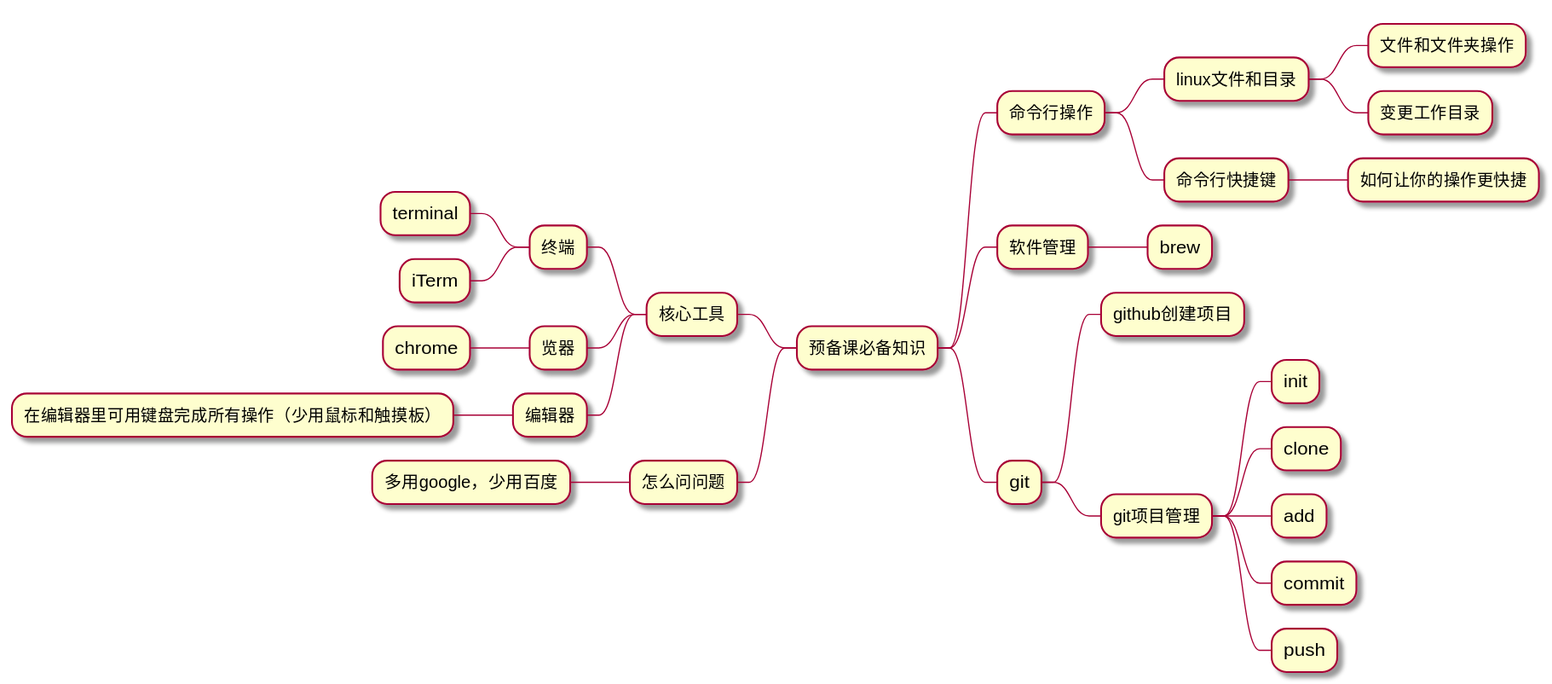
Above: img/mind-map.svg in linc5403/preparatory-course (PlantUML), before the change.
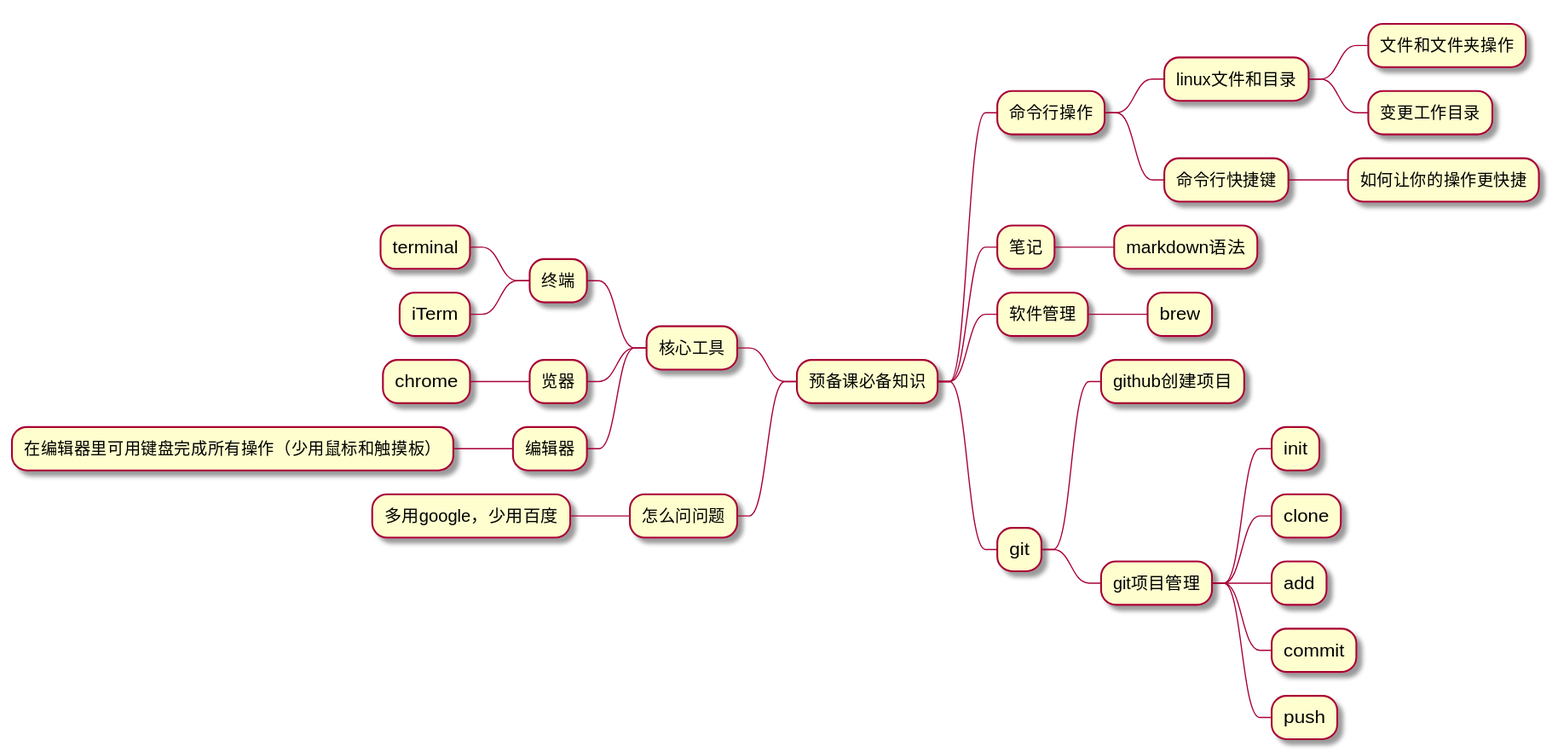
The same diagram one commit later.

Change to the diagram source:
```diff
@@ -6,6 +6,8 @@
 **** 变更工作目录
 *** 命令行快捷键
 **** 如何让你的操作更快捷
+** 笔记
+*** markdown语法
 ** 软件管理
 *** brew
 ** git
```
